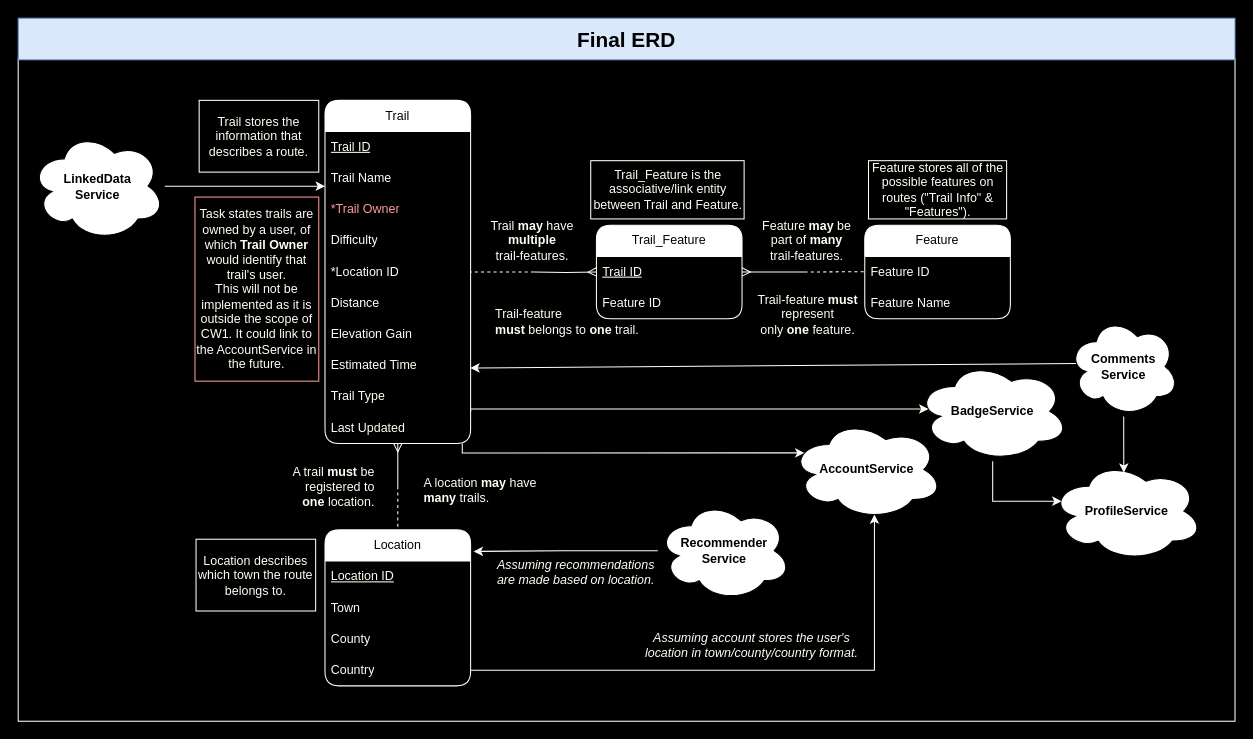
Earlier version of the draw.io diagram ERD Diagrams/Final ERD.drawio (jensenhill/CW1-COMP2001-JensenHill). Source tidied: cells renumbered, new cells numbered last; positions are measured from the earlier drawing's top-left corner, leaving out a move shared by most shapes. Both pictures are drawn from the tidied source at 104%, with x=0, y=0 at pixel (18, 18).
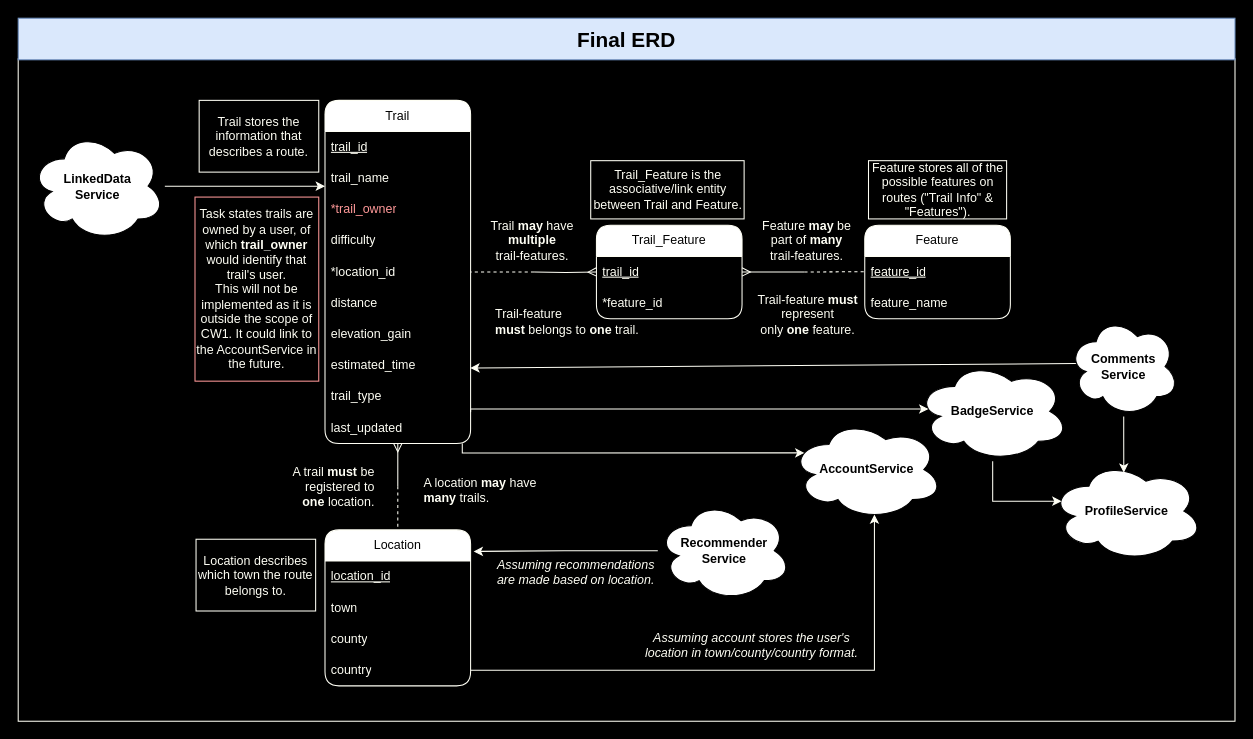
Above is the later version.

The change refers to these unchanged cells:
```xml
<mxCell id="4" value="&lt;div&gt;Trail&lt;/div&gt;" style="swimlane;fontStyle=0;horizontal=1;startSize=30;whiteSpace=wrap;html=1;strokeColor=#FFFFF5;rounded=1;" parent="1" vertex="1">
  <mxGeometry x="295" y="79" width="140" height="330" as="geometry" />
</mxCell>
<mxCell id="15" value="Location" style="swimlane;fontStyle=0;horizontal=1;startSize=30;whiteSpace=wrap;html=1;strokeColor=#FFFFF5;rounded=1;" parent="1" vertex="1">
  <mxGeometry x="295" y="492" width="140" height="150" as="geometry" />
</mxCell>
<mxCell id="20" value="Trail_Feature" style="swimlane;fontStyle=0;horizontal=1;startSize=30;whiteSpace=wrap;html=1;strokeColor=#FFFFF5;rounded=1;" parent="1" vertex="1">
  <mxGeometry x="556" y="199" width="140" height="90" as="geometry" />
</mxCell>
<mxCell id="23" value="Feature" style="swimlane;fontStyle=0;horizontal=1;startSize=30;whiteSpace=wrap;html=1;strokeColor=#FFFFF5;rounded=1;" parent="1" vertex="1">
  <mxGeometry x="814" y="199" width="140" height="90" as="geometry" />
</mxCell>
```

The edit, as a diff of the source:
```diff
@@
-    <mxCell id="5" value="&lt;font color=&quot;#fffff5&quot;&gt;&lt;u&gt;Trail ID&lt;br&gt;&lt;/u&gt;&lt;/font&gt;" style="text;strokeColor=none;fillColor=none;align=left;verticalAlign=middle;spacingLeft=4;spacingRight=4;overflow=hidden;whiteSpace=wrap;html=1;" parent="4" vertex="1">
+    <mxCell id="5" value="&lt;font color=&quot;#fffff5&quot;&gt;&lt;u&gt;trail_id&lt;/u&gt;&lt;/font&gt;" style="text;strokeColor=none;fillColor=none;align=left;verticalAlign=middle;spacingLeft=4;spacingRight=4;overflow=hidden;whiteSpace=wrap;html=1;" parent="4" vertex="1">
       <mxGeometry y="30" width="140" height="30" as="geometry" />
     </mxCell>
-    <mxCell id="6" value="Trail Name" style="text;strokeColor=none;fillColor=none;align=left;verticalAlign=middle;spacingLeft=4;spacingRight=4;overflow=hidden;whiteSpace=wrap;html=1;fontColor=#FFFFF5;" parent="4" vertex="1">
+    <mxCell id="6" value="trail_name" style="text;strokeColor=none;fillColor=none;align=left;verticalAlign=middle;spacingLeft=4;spacingRight=4;overflow=hidden;whiteSpace=wrap;html=1;fontColor=#FFFFF5;" parent="4" vertex="1">
       <mxGeometry y="60" width="140" height="30" as="geometry" />
     </mxCell>
-    <mxCell id="7" value="&lt;font color=&quot;#ff9999&quot;&gt;*Trail Owner&lt;/font&gt;" style="text;strokeColor=none;fillColor=none;align=left;verticalAlign=middle;spacingLeft=4;spacingRight=4;overflow=hidden;whiteSpace=wrap;html=1;fontColor=#FFFFF5;" parent="4" vertex="1">
+    <mxCell id="7" value="&lt;font color=&quot;#ff9999&quot;&gt;*trail_owner&lt;/font&gt;" style="text;strokeColor=none;fillColor=none;align=left;verticalAlign=middle;spacingLeft=4;spacingRight=4;overflow=hidden;whiteSpace=wrap;html=1;fontColor=#FFFFF5;" parent="4" vertex="1">
       <mxGeometry y="90" width="140" height="30" as="geometry" />
     </mxCell>
-    <mxCell id="8" value="&lt;div&gt;Difficulty&lt;/div&gt;" style="text;strokeColor=none;fillColor=none;align=left;verticalAlign=middle;spacingLeft=4;spacingRight=4;overflow=hidden;whiteSpace=wrap;html=1;fontColor=#FFFFF5;" parent="4" vertex="1">
+    <mxCell id="8" value="&lt;div&gt;difficulty&lt;/div&gt;" style="text;strokeColor=none;fillColor=none;align=left;verticalAlign=middle;spacingLeft=4;spacingRight=4;overflow=hidden;whiteSpace=wrap;html=1;fontColor=#FFFFF5;" parent="4" vertex="1">
       <mxGeometry y="120" width="140" height="30" as="geometry" />
     </mxCell>
-    <mxCell id="9" value="&lt;div&gt;*Location ID&lt;/div&gt;" style="text;strokeColor=none;fillColor=none;align=left;verticalAlign=middle;spacingLeft=4;spacingRight=4;overflow=hidden;whiteSpace=wrap;html=1;fontColor=#FFFFF5;" parent="4" vertex="1">
+    <mxCell id="9" value="&lt;div&gt;*location_id&lt;br&gt;&lt;/div&gt;" style="text;strokeColor=none;fillColor=none;align=left;verticalAlign=middle;spacingLeft=4;spacingRight=4;overflow=hidden;whiteSpace=wrap;html=1;fontColor=#FFFFF5;" parent="4" vertex="1">
       <mxGeometry y="150" width="140" height="30" as="geometry" />
     </mxCell>
-    <mxCell id="10" value="&lt;div&gt;Distance&lt;/div&gt;" style="text;strokeColor=none;fillColor=none;align=left;verticalAlign=middle;spacingLeft=4;spacingRight=4;overflow=hidden;whiteSpace=wrap;html=1;fontColor=#FFFFF5;" parent="4" vertex="1">
+    <mxCell id="10" value="&lt;div&gt;distance&lt;/div&gt;" style="text;strokeColor=none;fillColor=none;align=left;verticalAlign=middle;spacingLeft=4;spacingRight=4;overflow=hidden;whiteSpace=wrap;html=1;fontColor=#FFFFF5;" parent="4" vertex="1">
       <mxGeometry y="180" width="140" height="30" as="geometry" />
     </mxCell>
-    <mxCell id="11" value="Elevation Gain" style="text;strokeColor=none;fillColor=none;align=left;verticalAlign=middle;spacingLeft=4;spacingRight=4;overflow=hidden;whiteSpace=wrap;html=1;fontColor=#FFFFF5;" parent="4" vertex="1">
+    <mxCell id="11" value="elevation_gain" style="text;strokeColor=none;fillColor=none;align=left;verticalAlign=middle;spacingLeft=4;spacingRight=4;overflow=hidden;whiteSpace=wrap;html=1;fontColor=#FFFFF5;" parent="4" vertex="1">
       <mxGeometry y="210" width="140" height="30" as="geometry" />
     </mxCell>
-    <mxCell id="12" value="Estimated Time" style="text;strokeColor=none;fillColor=none;align=left;verticalAlign=middle;spacingLeft=4;spacingRight=4;overflow=hidden;points=[[0,0.5],[1,0.5]];portConstraint=eastwest;whiteSpace=wrap;html=1;fontColor=#FFFFF5;" parent="4" vertex="1">
+    <mxCell id="12" value="estimated_time" style="text;strokeColor=none;fillColor=none;align=left;verticalAlign=middle;spacingLeft=4;spacingRight=4;overflow=hidden;points=[[0,0.5],[1,0.5]];portConstraint=eastwest;whiteSpace=wrap;html=1;fontColor=#FFFFF5;" parent="4" vertex="1">
       <mxGeometry y="240" width="140" height="30" as="geometry" />
     </mxCell>
-    <mxCell id="13" value="Trail Type" style="text;strokeColor=none;fillColor=none;align=left;verticalAlign=middle;spacingLeft=4;spacingRight=4;overflow=hidden;whiteSpace=wrap;html=1;fontColor=#FFFFF5;" parent="4" vertex="1">
+    <mxCell id="13" value="trail_type" style="text;strokeColor=none;fillColor=none;align=left;verticalAlign=middle;spacingLeft=4;spacingRight=4;overflow=hidden;whiteSpace=wrap;html=1;fontColor=#FFFFF5;" parent="4" vertex="1">
       <mxGeometry y="270" width="140" height="30" as="geometry" />
     </mxCell>
-    <mxCell id="14" value="Last Updated" style="text;strokeColor=none;fillColor=none;align=left;verticalAlign=middle;spacingLeft=4;spacingRight=4;overflow=hidden;points=[[0,0.5],[1,0.5]];portConstraint=eastwest;whiteSpace=wrap;html=1;fontColor=#FFFFF5;" parent="4" vertex="1">
+    <mxCell id="14" value="last_updated" style="text;strokeColor=none;fillColor=none;align=left;verticalAlign=middle;spacingLeft=4;spacingRight=4;overflow=hidden;points=[[0,0.5],[1,0.5]];portConstraint=eastwest;whiteSpace=wrap;html=1;fontColor=#FFFFF5;" parent="4" vertex="1">
       <mxGeometry y="300" width="140" height="30" as="geometry" />
     </mxCell>
@@
-    <mxCell id="16" value="&lt;font color=&quot;#fffff5&quot;&gt;&lt;u&gt;Location ID&lt;br&gt;&lt;/u&gt;&lt;/font&gt;" style="text;strokeColor=none;fillColor=none;align=left;verticalAlign=middle;spacingLeft=4;spacingRight=4;overflow=hidden;whiteSpace=wrap;html=1;" parent="15" vertex="1">
+    <mxCell id="16" value="&lt;font color=&quot;#fffff5&quot;&gt;&lt;u&gt;location_id&lt;/u&gt;&lt;/font&gt;" style="text;strokeColor=none;fillColor=none;align=left;verticalAlign=middle;spacingLeft=4;spacingRight=4;overflow=hidden;whiteSpace=wrap;html=1;" parent="15" vertex="1">
       <mxGeometry y="30" width="140" height="30" as="geometry" />
     </mxCell>
-    <mxCell id="17" value="Town" style="text;strokeColor=none;fillColor=none;align=left;verticalAlign=middle;spacingLeft=4;spacingRight=4;overflow=hidden;whiteSpace=wrap;html=1;fontColor=#FFFFF5;" parent="15" vertex="1">
+    <mxCell id="17" value="town" style="text;strokeColor=none;fillColor=none;align=left;verticalAlign=middle;spacingLeft=4;spacingRight=4;overflow=hidden;whiteSpace=wrap;html=1;fontColor=#FFFFF5;" parent="15" vertex="1">
       <mxGeometry y="60" width="140" height="30" as="geometry" />
     </mxCell>
-    <mxCell id="18" value="County" style="text;strokeColor=none;fillColor=none;align=left;verticalAlign=middle;spacingLeft=4;spacingRight=4;overflow=hidden;whiteSpace=wrap;html=1;fontColor=#FFFFF5;" parent="15" vertex="1">
+    <mxCell id="18" value="county" style="text;strokeColor=none;fillColor=none;align=left;verticalAlign=middle;spacingLeft=4;spacingRight=4;overflow=hidden;whiteSpace=wrap;html=1;fontColor=#FFFFF5;" parent="15" vertex="1">
       <mxGeometry y="90" width="140" height="30" as="geometry" />
     </mxCell>
-    <mxCell id="19" value="Country" style="text;strokeColor=none;fillColor=none;align=left;verticalAlign=middle;spacingLeft=4;spacingRight=4;overflow=hidden;points=[[0,0.5],[1,0.5]];portConstraint=eastwest;whiteSpace=wrap;html=1;fontColor=#FFFFF5;" parent="15" vertex="1">
+    <mxCell id="19" value="country" style="text;strokeColor=none;fillColor=none;align=left;verticalAlign=middle;spacingLeft=4;spacingRight=4;overflow=hidden;points=[[0,0.5],[1,0.5]];portConstraint=eastwest;whiteSpace=wrap;html=1;fontColor=#FFFFF5;" parent="15" vertex="1">
       <mxGeometry y="120" width="140" height="30" as="geometry" />
     </mxCell>
@@
-    <mxCell id="21" value="&lt;font color=&quot;#fffff5&quot;&gt;&lt;u&gt;Trail ID&lt;br&gt;&lt;/u&gt;&lt;/font&gt;" style="text;strokeColor=none;fillColor=none;align=left;verticalAlign=middle;spacingLeft=4;spacingRight=4;overflow=hidden;points=[[0,0.5],[1,0.5]];portConstraint=eastwest;whiteSpace=wrap;html=1;" parent="20" vertex="1">
+    <mxCell id="21" value="&lt;font color=&quot;#fffff5&quot;&gt;&lt;u&gt;trail_id&lt;br&gt;&lt;/u&gt;&lt;/font&gt;" style="text;strokeColor=none;fillColor=none;align=left;verticalAlign=middle;spacingLeft=4;spacingRight=4;overflow=hidden;points=[[0,0.5],[1,0.5]];portConstraint=eastwest;whiteSpace=wrap;html=1;" parent="20" vertex="1">
       <mxGeometry y="30" width="140" height="30" as="geometry" />
     </mxCell>
-    <mxCell id="22" value="Feature ID" style="text;strokeColor=none;fillColor=none;align=left;verticalAlign=middle;spacingLeft=4;spacingRight=4;overflow=hidden;whiteSpace=wrap;html=1;fontColor=#FFFFF5;" parent="20" vertex="1">
+    <mxCell id="22" value="*feature_id" style="text;strokeColor=none;fillColor=none;align=left;verticalAlign=middle;spacingLeft=4;spacingRight=4;overflow=hidden;whiteSpace=wrap;html=1;fontColor=#FFFFF5;" parent="20" vertex="1">
       <mxGeometry y="60" width="140" height="30" as="geometry" />
     </mxCell>
@@
-    <mxCell id="24" value="&lt;u&gt;&lt;font color=&quot;#fffff5&quot;&gt;Feature ID&lt;br&gt;&lt;/font&gt;&lt;/u&gt;" style="text;strokeColor=none;fillColor=none;align=left;verticalAlign=middle;spacingLeft=4;spacingRight=4;overflow=hidden;points=[[0,0.5],[1,0.5]];portConstraint=eastwest;whiteSpace=wrap;html=1;" parent="23" vertex="1">
+    <mxCell id="24" value="&lt;font color=&quot;#fffff5&quot;&gt;&lt;u&gt;feature_id&lt;/u&gt;&lt;/font&gt;" style="text;strokeColor=none;fillColor=none;align=left;verticalAlign=middle;spacingLeft=4;spacingRight=4;overflow=hidden;points=[[0,0.5],[1,0.5]];portConstraint=eastwest;whiteSpace=wrap;html=1;" parent="23" vertex="1">
       <mxGeometry y="30" width="140" height="30" as="geometry" />
     </mxCell>
-    <mxCell id="25" value="Feature Name" style="text;strokeColor=none;fillColor=none;align=left;verticalAlign=middle;spacingLeft=4;spacingRight=4;overflow=hidden;whiteSpace=wrap;html=1;fontColor=#FFFFF5;" parent="23" vertex="1">
+    <mxCell id="25" value="feature_name" style="text;strokeColor=none;fillColor=none;align=left;verticalAlign=middle;spacingLeft=4;spacingRight=4;overflow=hidden;whiteSpace=wrap;html=1;fontColor=#FFFFF5;" parent="23" vertex="1">
       <mxGeometry y="60" width="140" height="30" as="geometry" />
     </mxCell>
-    <mxCell id="26" value="Task states trails are owned by a user, of which &lt;b&gt;Trail Owner&lt;/b&gt; would identify that trail's user.&lt;br&gt;This will not be implemented as it is outside the scope of CW1. It could link to the AccountService in the future." style="rounded=0;whiteSpace=wrap;html=1;fillColor=#000000;strokeColor=#FF9999;labelBackgroundColor=none;fontColor=#FFFFF5;" parent="1" vertex="1">
+    <mxCell id="26" value="Task states trails are owned by a user, of which &lt;b&gt;trail_owner&lt;/b&gt; would identify that trail's user.&lt;br&gt;This will not be implemented as it is outside the scope of CW1. It could link to the AccountService in the future." style="rounded=0;whiteSpace=wrap;html=1;fillColor=#000000;strokeColor=#FF9999;labelBackgroundColor=none;fontColor=#FFFFF5;" parent="1" vertex="1">
       <mxGeometry x="170" y="172" width="119" height="177" as="geometry" />
     </mxCell>
```
